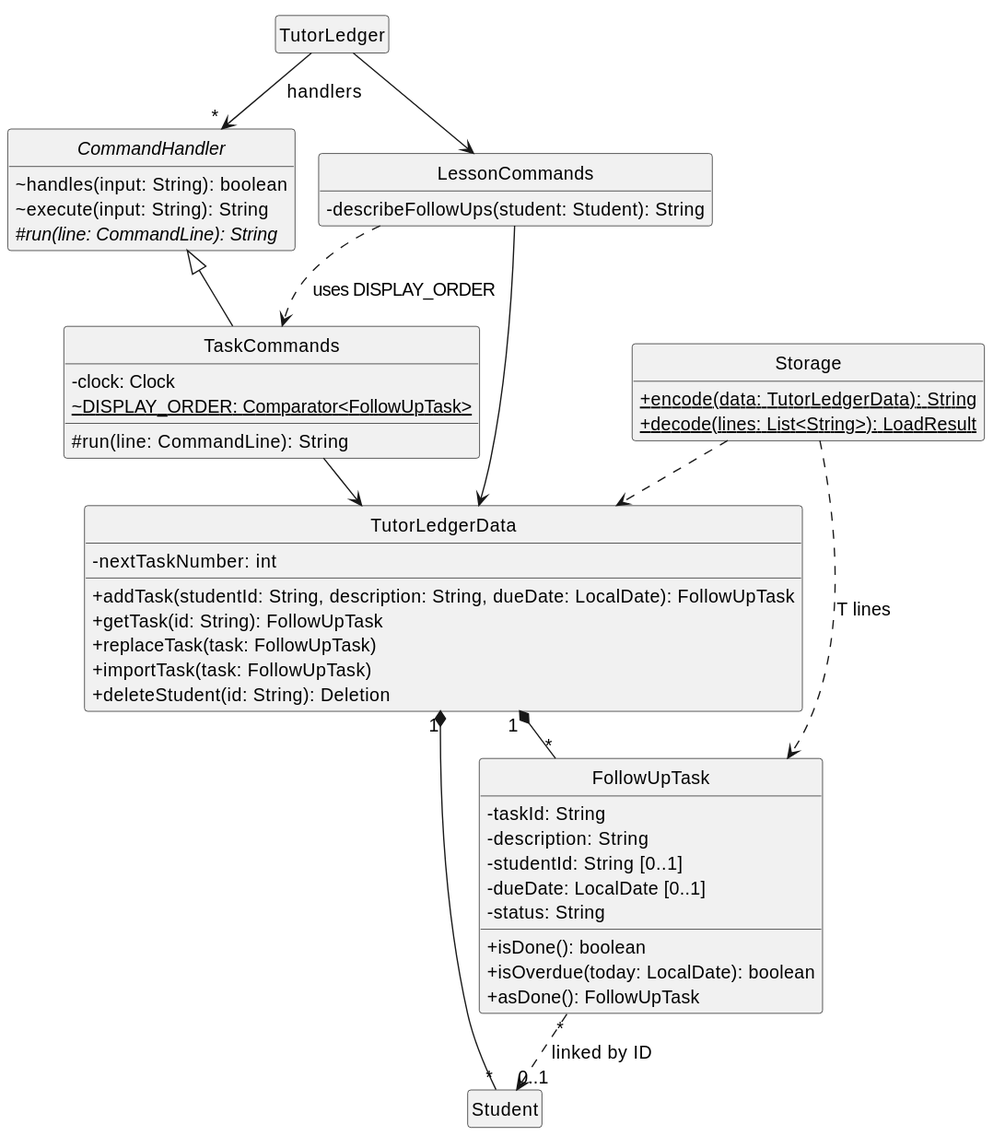
The PlantUML diagram docs/diagrams/followup-class.svg in AY2627S1-CS2113-W12-2/tp, before a commit. Its source is kept beside it as docs/diagrams/followup-class.puml. The source it was exported from:
```plantuml
@startuml
!pragma layout smetana
skinparam backgroundColor white
skinparam defaultFontSize 14
skinparam shadowing false
skinparam classAttributeIconSize 0
hide circle
hide empty members

class TutorLedger

abstract class CommandHandler {
  ~handles(input: String): boolean
  ~execute(input: String): String
  #{abstract} run(line: CommandLine): String
}

class TaskCommands {
  -clock: Clock
  {static} ~DISPLAY_ORDER: Comparator<FollowUpTask>
  #run(line: CommandLine): String
}

class LessonCommands {
  -describeFollowUps(student: Student): String
}

class TutorLedgerData {
  -nextTaskNumber: int
  +addTask(studentId: String, description: String, dueDate: LocalDate): FollowUpTask
  +getTask(id: String): FollowUpTask
  +replaceTask(task: FollowUpTask)
  +importTask(task: FollowUpTask)
  +deleteStudent(id: String): Deletion
}

class FollowUpTask {
  -taskId: String
  -description: String
  -studentId: String [0..1]
  -dueDate: LocalDate [0..1]
  -status: String
  +isDone(): boolean
  +isOverdue(today: LocalDate): boolean
  +asDone(): FollowUpTask
}

class Student

class Storage {
  {static} +encode(data: TutorLedgerData): String
  {static} +decode(lines: List<String>): LoadResult
}

TutorLedger --> "*" CommandHandler : handlers
CommandHandler <|-- TaskCommands
TutorLedger --> LessonCommands
TaskCommands --> TutorLedgerData
LessonCommands --> TutorLedgerData
LessonCommands ..> TaskCommands : uses DISPLAY_ORDER
TutorLedgerData "1" *-- "*" FollowUpTask
TutorLedgerData "1" *-- "*" Student
FollowUpTask "*" ..> "0..1" Student : linked by ID
Storage ..> TutorLedgerData
Storage ..> FollowUpTask : T lines
@enduml
```
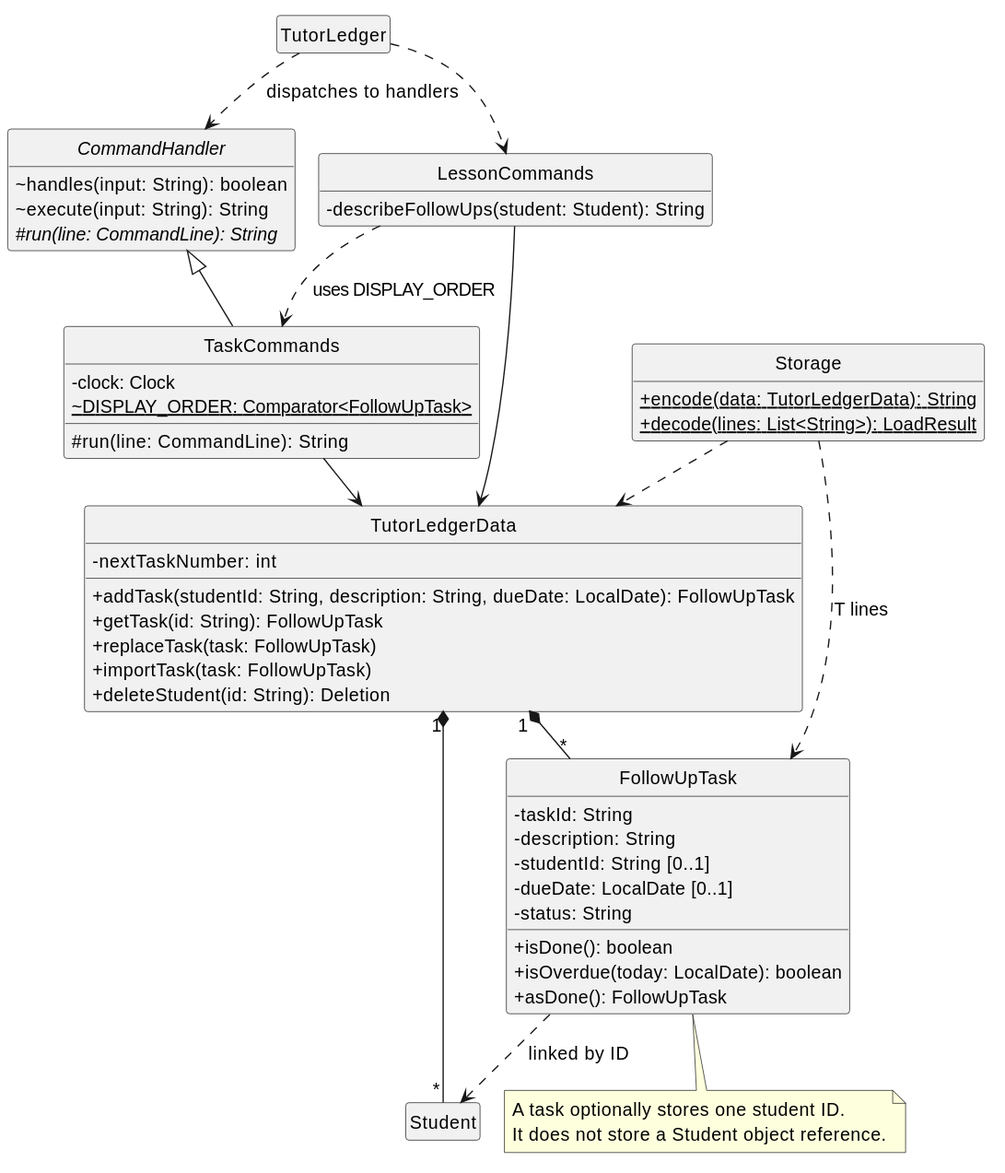
After the commit.

The edit, as a diff of the source:
```diff
@@ -52,15 +52,19 @@
   {static} +decode(lines: List<String>): LoadResult
 }
 
-TutorLedger --> "*" CommandHandler : handlers
+TutorLedger ..> CommandHandler : dispatches to handlers
 CommandHandler <|-- TaskCommands
-TutorLedger --> LessonCommands
+TutorLedger ..> LessonCommands
 TaskCommands --> TutorLedgerData
 LessonCommands --> TutorLedgerData
 LessonCommands ..> TaskCommands : uses DISPLAY_ORDER
 TutorLedgerData "1" *-- "*" FollowUpTask
 TutorLedgerData "1" *-- "*" Student
-FollowUpTask "*" ..> "0..1" Student : linked by ID
+FollowUpTask ..> Student : linked by ID
+note bottom of FollowUpTask
+  A task optionally stores one student ID.
+  It does not store a Student object reference.
+end note
 Storage ..> TutorLedgerData
 Storage ..> FollowUpTask : T lines
 @enduml
```
